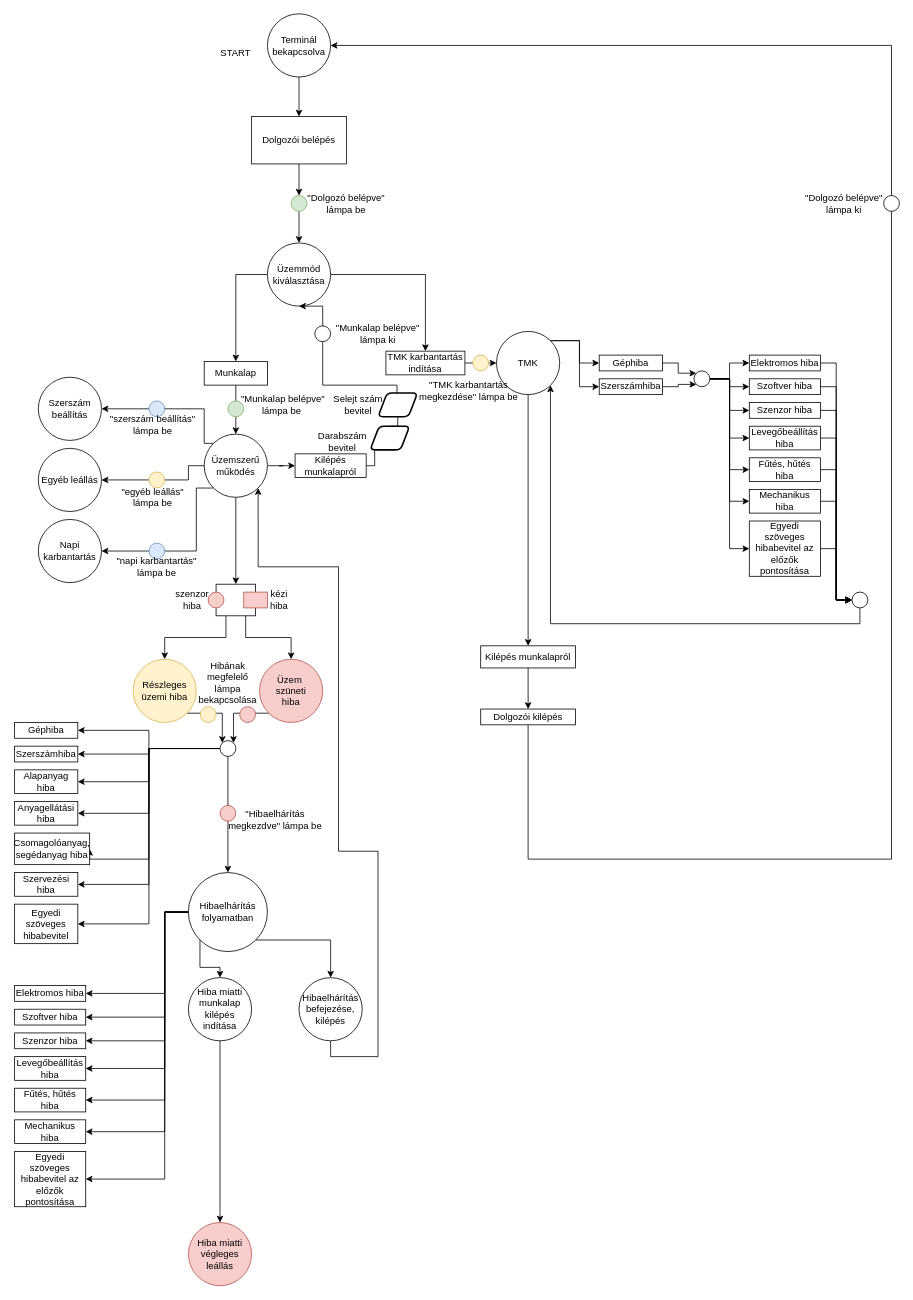
KerteszZoltan/mesterminal keeps this draw.io diagram as mesterminal_flowchart.drawio. Above is the earlier version. Source tidied: cells renumbered, new cells numbered last; positions are measured from the earlier drawing's top-left corner, leaving out a move shared by most shapes. Both pictures are drawn from the tidied source at 79%, with x=0, y=0 at pixel (14, 13).
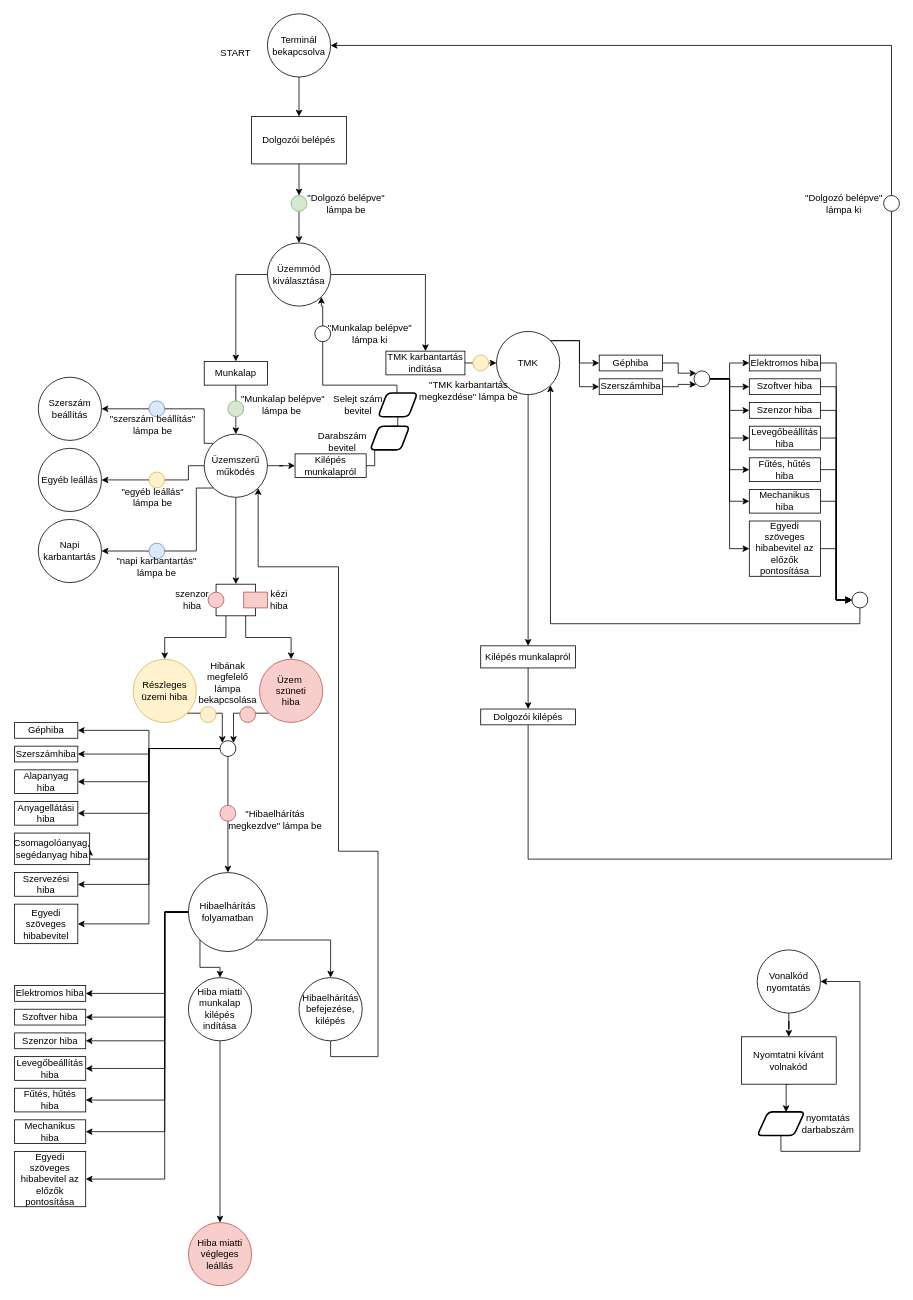
Above is the later version.

Commit message:
addition for barcode printer

The change refers to these unchanged cells:
```xml
<mxCell id="9" value="Üzemmód kiválasztása" style="ellipse;whiteSpace=wrap;html=1;" parent="1" vertex="1">
  <mxGeometry x="320" y="290" width="80" height="80" as="geometry" />
</mxCell>
<mxCell id="130" style="shape=parallelogram;html=1;strokeWidth=2;perimeter=parallelogramPerimeter;whiteSpace=wrap;rounded=1;arcSize=12;size=0.23;" parent="1" vertex="1">
  <mxGeometry x="460" y="480" width="50" height="30" as="geometry" />
</mxCell>
```

What changed in the source:
```diff
@@
-    <mxCell id="128" style="edgeStyle=orthogonalEdgeStyle;rounded=0;jettySize=auto;html=1;exitX=1;exitY=0.5;exitDx=0;exitDy=0;entryX=0.5;entryY=1;entryDx=0;entryDy=0;startArrow=none;" parent="1" edge="1" source="130" target="9">
+    <mxCell id="128" style="edgeStyle=orthogonalEdgeStyle;rounded=0;jettySize=auto;html=1;exitX=1;exitY=0.5;exitDx=0;exitDy=0;entryX=1;entryY=1;entryDx=0;entryDy=0;startArrow=none;" parent="1" edge="1" source="130" target="9">
       <mxGeometry relative="1" as="geometry">
         <Array as="points">
           <mxPoint x="504" y="487" />
           <mxPoint x="484" y="487" />
           <mxPoint x="484" y="470" />
           <mxPoint x="390" y="470" />
           <mxPoint x="390" y="370" />
+          <mxPoint x="388" y="370" />
         </Array>
       </mxGeometry>
     </mxCell>
@@
     <mxCell id="136" value="&quot;Munkalap belépve&quot; lámpa ki" style="text;html=1;strokeColor=none;fillColor=none;align=center;verticalAlign=middle;whiteSpace=wrap;rounded=0;" parent="1" vertex="1">
-      <mxGeometry x="400" y="390" width="120" height="30" as="geometry" />
+      <mxGeometry x="390" y="390" width="120" height="30" as="geometry" />
     </mxCell>
@@
+    <mxCell id="138" style="edgeStyle=orthogonalEdgeStyle;rounded=0;jettySize=auto;html=1;" parent="1" edge="1" source="139" target="141">
+      <mxGeometry relative="1" as="geometry" />
+    </mxCell>
+    <mxCell id="139" value="Vonalkód nyomtatás" style="ellipse;whiteSpace=wrap;html=1;" parent="1" vertex="1">
+      <mxGeometry x="940" y="1184.9" width="80" height="80" as="geometry" />
+    </mxCell>
+    <mxCell id="140" style="edgeStyle=orthogonalEdgeStyle;rounded=0;jettySize=auto;html=1;exitX=0.5;exitY=1;exitDx=0;exitDy=0;entryX=0.61;entryY=0.01;entryDx=0;entryDy=0;entryPerimeter=0;" parent="1" edge="1" source="141" target="143">
+      <mxGeometry relative="1" as="geometry" />
+    </mxCell>
+    <mxCell id="141" value="Nyomtatni kívánt volnakód" style="rounded=0;whiteSpace=wrap;html=1;" parent="1" vertex="1">
+      <mxGeometry x="920" y="1294.9" width="120" height="60" as="geometry" />
+    </mxCell>
+    <mxCell id="142" style="edgeStyle=orthogonalEdgeStyle;rounded=0;jettySize=auto;html=1;exitX=0.5;exitY=1;exitDx=0;exitDy=0;entryX=1;entryY=0.5;entryDx=0;entryDy=0;" parent="1" edge="1" source="143" target="139">
+      <mxGeometry relative="1" as="geometry">
+        <Array as="points">
+          <mxPoint x="970" y="1439.9" />
+          <mxPoint x="1070" y="1439.9" />
+          <mxPoint x="1070" y="1224.9" />
+        </Array>
+      </mxGeometry>
+    </mxCell>
+    <mxCell id="143" style="shape=parallelogram;html=1;strokeWidth=2;perimeter=parallelogramPerimeter;whiteSpace=wrap;rounded=1;arcSize=12;size=0.23;" parent="1" vertex="1">
+      <mxGeometry x="940" y="1389.9" width="60" height="30" as="geometry" />
+    </mxCell>
+    <mxCell id="144" value="nyomtatás darbabszám" style="text;html=1;strokeColor=none;fillColor=none;align=center;verticalAlign=middle;whiteSpace=wrap;rounded=0;" parent="1" vertex="1">
+      <mxGeometry x="1010" y="1394.9" width="40" height="20" as="geometry" />
+    </mxCell>
```
